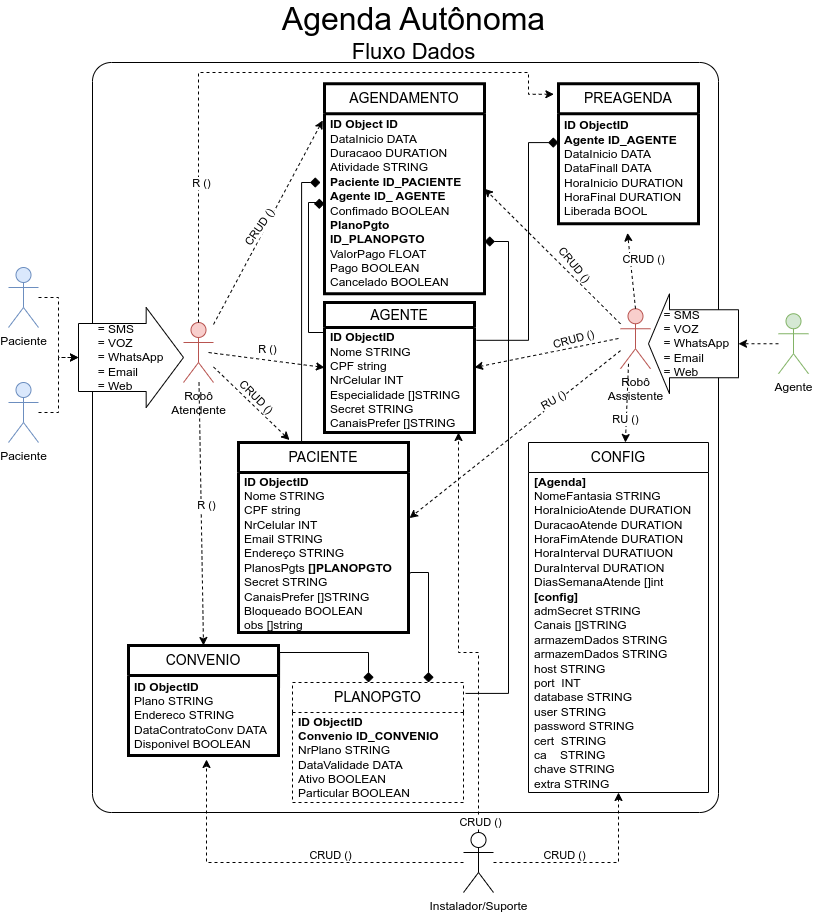
The draw.io diagram Agenda-Página-1.drawio.png in gunboe/Agenda, before a commit. Source tidied: cells renumbered, new cells last; positions are measured from the earlier drawing's top-left corner, leaving out a move shared by most shapes.
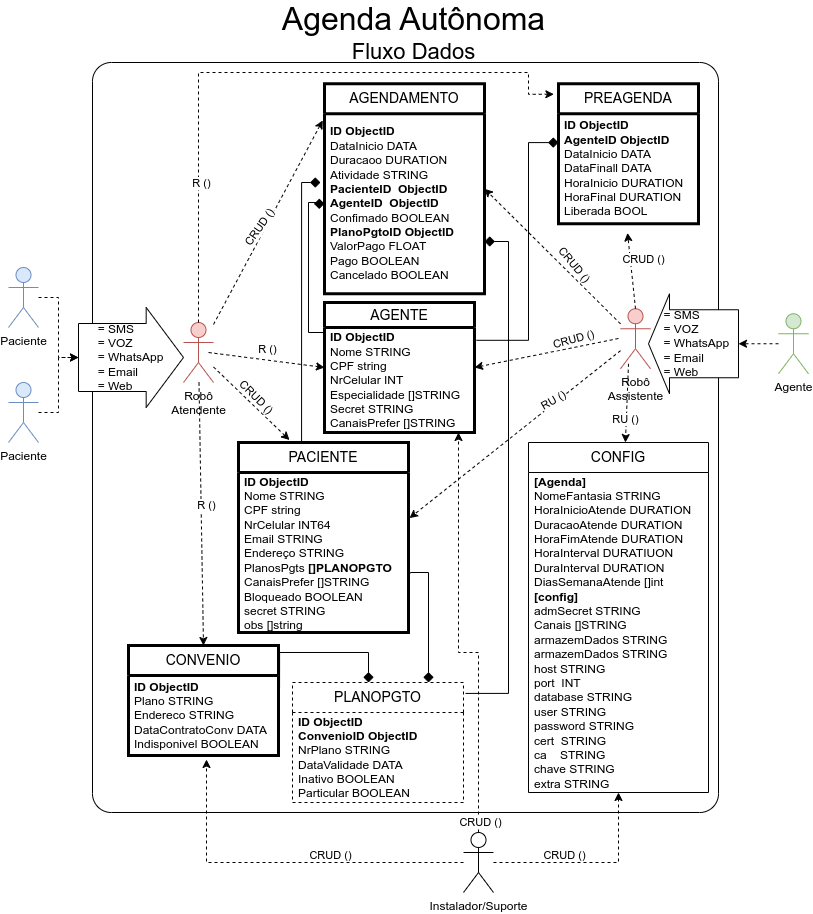
The same diagram one commit later.

The edit, as a diff of the source:
```diff
@@ -31,7 +31,7 @@
     <mxCell id="10" value="&lt;font style=&quot;font-size: 14px;&quot;&gt;PACIENTE&lt;/font&gt;" style="swimlane;fontStyle=0;horizontal=1;startSize=30;whiteSpace=wrap;html=1;strokeWidth=3;" parent="1" vertex="1">
       <mxGeometry x="230" y="440" width="170" height="190" as="geometry" />
     </mxCell>
-    <mxCell id="11" value="&lt;b style=&quot;border-color: var(--border-color);&quot;&gt;ID ObjectID&lt;br style=&quot;border-color: var(--border-color);&quot;&gt;&lt;/b&gt;Nome STRING&lt;br&gt;CPF string&lt;br&gt;NrCelular INT&lt;br&gt;Email STRING&lt;br&gt;Endereço STRING&lt;br&gt;PlanosPgts&amp;nbsp;&lt;b&gt;[]PLANOPGTO&lt;/b&gt;&lt;br&gt;Secret STRING&lt;br&gt;CanaisPrefer []STRING&lt;br&gt;Bloqueado BOOLEAN&lt;br&gt;obs []string" style="text;strokeColor=none;fillColor=none;align=left;verticalAlign=middle;spacingLeft=4;spacingRight=4;overflow=hidden;points=[[0,0.5],[1,0.5]];portConstraint=eastwest;whiteSpace=wrap;html=1;" parent="10" vertex="1">
+    <mxCell id="11" value="&lt;b style=&quot;border-color: var(--border-color);&quot;&gt;ID ObjectID&lt;br style=&quot;border-color: var(--border-color);&quot;&gt;&lt;/b&gt;Nome STRING&lt;br&gt;CPF string&lt;br&gt;NrCelular INT64&lt;br&gt;Email STRING&lt;br&gt;Endereço STRING&lt;br&gt;PlanosPgts&amp;nbsp;&lt;b&gt;[]PLANOPGTO&lt;/b&gt;&lt;br&gt;CanaisPrefer []STRING&lt;br&gt;Bloqueado BOOLEAN&lt;br&gt;secret STRING&lt;br&gt;obs []string" style="text;strokeColor=none;fillColor=none;align=left;verticalAlign=middle;spacingLeft=4;spacingRight=4;overflow=hidden;points=[[0,0.5],[1,0.5]];portConstraint=eastwest;whiteSpace=wrap;html=1;" parent="10" vertex="1">
       <mxGeometry y="30" width="170" height="160" as="geometry" />
     </mxCell>
     <mxCell id="12" style="endArrow=classic;html=1;rounded=0;entryX=0.3;entryY=-0.013;entryDx=0;entryDy=0;dashed=1;entryPerimeter=0;" parent="1" edge="1" source="17" target="10">
@@ -119,7 +119,7 @@
     <mxCell id="34" value="&lt;font style=&quot;font-size: 14px;&quot;&gt;PLANOPGTO&lt;/font&gt;" style="swimlane;fontStyle=0;horizontal=1;startSize=30;whiteSpace=wrap;html=1;dashed=1;" parent="1" vertex="1">
       <mxGeometry x="284" y="680" width="171" height="120" as="geometry" />
     </mxCell>
-    <mxCell id="35" value="&lt;b style=&quot;border-color: var(--border-color);&quot;&gt;ID ObjectID&lt;br style=&quot;border-color: var(--border-color);&quot;&gt;&lt;/b&gt;&lt;b&gt;Convenio ID_CONVENIO&lt;br&gt;&lt;/b&gt;NrPlano STRING&lt;br&gt;DataValidade DATA&lt;br&gt;Ativo BOOLEAN&lt;br&gt;Particular BOOLEAN" style="text;strokeColor=none;fillColor=none;align=left;verticalAlign=middle;spacingLeft=4;spacingRight=4;overflow=hidden;whiteSpace=wrap;html=1;" parent="34" vertex="1">
+    <mxCell id="35" value="&lt;b style=&quot;border-color: var(--border-color);&quot;&gt;ID ObjectID&lt;br style=&quot;border-color: var(--border-color);&quot;&gt;&lt;/b&gt;&lt;b&gt;ConvenioID&amp;nbsp;&lt;/b&gt;&lt;b style=&quot;border-color: var(--border-color);&quot;&gt;ObjectID&lt;/b&gt;&lt;b&gt;&lt;br&gt;&lt;/b&gt;NrPlano STRING&lt;br&gt;DataValidade DATA&lt;br&gt;Inativo BOOLEAN&lt;br&gt;Particular BOOLEAN" style="text;strokeColor=none;fillColor=none;align=left;verticalAlign=middle;spacingLeft=4;spacingRight=4;overflow=hidden;whiteSpace=wrap;html=1;" parent="34" vertex="1">
       <mxGeometry y="30" width="171" height="90" as="geometry" />
     </mxCell>
     <mxCell id="36" style="edgeStyle=orthogonalEdgeStyle;rounded=0;jettySize=auto;html=1;endArrow=none;endFill=0;endSize=8;startArrow=diamond;startFill=1;startSize=8;exitX=0;exitY=0.5;exitDx=0;exitDy=0;" parent="1" edge="1" source="60" target="19">
@@ -168,7 +168,7 @@
     <mxCell id="43" value="&lt;font style=&quot;font-size: 14px;&quot;&gt;PREAGENDA&lt;/font&gt;" style="swimlane;fontStyle=0;horizontal=1;startSize=30;whiteSpace=wrap;html=1;strokeWidth=3;" parent="1" vertex="1">
       <mxGeometry x="550" y="81.2" width="140" height="140" as="geometry" />
     </mxCell>
-    <mxCell id="44" value="&lt;b&gt;ID ObjectID&lt;br&gt;Agente ID_AGENTE&lt;br&gt;&lt;/b&gt;DataInicio DATA&lt;br&gt;DataFinall DATA&lt;br&gt;HoraInicio DURATION&lt;br&gt;HoraFinal DURATION&lt;br&gt;Liberada BOOL" style="text;strokeColor=none;fillColor=none;align=left;verticalAlign=middle;spacingLeft=4;spacingRight=4;overflow=hidden;points=[[0,0.5],[1,0.5]];portConstraint=eastwest;whiteSpace=wrap;html=1;" parent="43" vertex="1">
+    <mxCell id="44" value="&lt;b&gt;ID ObjectID&lt;br&gt;AgenteID&amp;nbsp;&lt;/b&gt;&lt;b style=&quot;border-color: var(--border-color);&quot;&gt;ObjectID&lt;/b&gt;&lt;b&gt;&lt;br&gt;&lt;/b&gt;DataInicio DATA&lt;br&gt;DataFinall DATA&lt;br&gt;HoraInicio DURATION&lt;br&gt;HoraFinal DURATION&lt;br&gt;Liberada BOOL" style="text;strokeColor=none;fillColor=none;align=left;verticalAlign=middle;spacingLeft=4;spacingRight=4;overflow=hidden;points=[[0,0.5],[1,0.5]];portConstraint=eastwest;whiteSpace=wrap;html=1;" parent="43" vertex="1">
       <mxGeometry y="30" width="140" height="110" as="geometry" />
     </mxCell>
     <mxCell id="45" style="endArrow=classic;html=1;rounded=0;entryX=0.493;entryY=1.083;entryDx=0;entryDy=0;dashed=1;entryPerimeter=0;exitX=0.5;exitY=0;exitDx=0;exitDy=0;exitPerimeter=0;" parent="1" edge="1" source="21" target="44">
@@ -214,7 +214,7 @@
     <mxCell id="53" value="&lt;font style=&quot;font-size: 14px;&quot;&gt;CONVENIO&lt;/font&gt;" style="swimlane;fontStyle=0;horizontal=1;startSize=30;whiteSpace=wrap;html=1;strokeWidth=3;" parent="1" vertex="1">
       <mxGeometry x="120" y="643" width="150" height="110" as="geometry" />
     </mxCell>
-    <mxCell id="54" value="&lt;b&gt;ID ObjectID&lt;br&gt;&lt;/b&gt;Plano STRING&lt;br&gt;Endereco STRING&lt;br&gt;DataContratoConv DATA&lt;br&gt;Disponivel BOOLEAN" style="text;strokeColor=none;fillColor=none;align=left;verticalAlign=middle;spacingLeft=4;spacingRight=4;overflow=hidden;points=[[0,0.5],[1,0.5]];portConstraint=eastwest;whiteSpace=wrap;html=1;" parent="53" vertex="1">
+    <mxCell id="54" value="&lt;b&gt;ID ObjectID&lt;br&gt;&lt;/b&gt;Plano STRING&lt;br&gt;Endereco STRING&lt;br&gt;DataContratoConv DATA&lt;br&gt;Indisponivel BOOLEAN" style="text;strokeColor=none;fillColor=none;align=left;verticalAlign=middle;spacingLeft=4;spacingRight=4;overflow=hidden;points=[[0,0.5],[1,0.5]];portConstraint=eastwest;whiteSpace=wrap;html=1;" parent="53" vertex="1">
       <mxGeometry y="30" width="150" height="80" as="geometry" />
     </mxCell>
     <mxCell id="55" style="edgeStyle=orthogonalEdgeStyle;rounded=0;jettySize=auto;html=1;exitX=1.006;exitY=0.633;exitDx=0;exitDy=0;exitPerimeter=0;endArrow=diamond;endFill=1;endSize=8;startArrow=none;startFill=0;startSize=8;" parent="1" edge="1" source="11" target="34">
@@ -252,7 +252,7 @@
     <mxCell id="59" value="&lt;font style=&quot;font-size: 14px;&quot;&gt;AGENDAMENTO&lt;/font&gt;" style="swimlane;fontStyle=0;horizontal=1;startSize=30;whiteSpace=wrap;html=1;strokeWidth=3;" parent="1" vertex="1">
       <mxGeometry x="316" y="81.2" width="160" height="210" as="geometry" />
     </mxCell>
-    <mxCell id="60" value="&lt;b&gt;ID Object ID&lt;/b&gt;&lt;br&gt;DataInicio DATA&lt;br style=&quot;border-color: var(--border-color); text-align: center;&quot;&gt;&lt;span style=&quot;text-align: center;&quot;&gt;Duracaoo DURATION&lt;/span&gt;&lt;br style=&quot;border-color: var(--border-color); text-align: center;&quot;&gt;&lt;span style=&quot;text-align: center;&quot;&gt;Atividade STRING&lt;/span&gt;&lt;br style=&quot;border-color: var(--border-color); text-align: center;&quot;&gt;&lt;b&gt;Paciente ID_PACIENTE&lt;/b&gt;&lt;br style=&quot;border-color: var(--border-color);&quot;&gt;&lt;span style=&quot;text-align: center;&quot;&gt;&lt;b&gt;Agente ID_ AGENTE&lt;/b&gt;&lt;/span&gt;&lt;br style=&quot;border-color: var(--border-color); text-align: center;&quot;&gt;&lt;span style=&quot;text-align: center;&quot;&gt;Confimado BOOLEAN&lt;/span&gt;&lt;span style=&quot;text-align: center;&quot;&gt;&lt;br&gt;&lt;b&gt;PlanoPgto ID_PLANOPGTO&lt;br&gt;&lt;/b&gt;ValorPago FLOAT&lt;br&gt;Pago BOOLEAN&lt;br&gt;Cancelado BOOLEAN&lt;br&gt;&lt;/span&gt;" style="text;strokeColor=none;fillColor=none;align=left;verticalAlign=middle;spacingLeft=4;spacingRight=4;overflow=hidden;points=[[0,0.5],[1,0.5]];portConstraint=eastwest;whiteSpace=wrap;html=1;" parent="59" vertex="1">
+    <mxCell id="60" value="&lt;b&gt;ID ObjectID&lt;/b&gt;&lt;br&gt;DataInicio DATA&lt;br style=&quot;border-color: var(--border-color); text-align: center;&quot;&gt;&lt;span style=&quot;text-align: center;&quot;&gt;Duracaoo DURATION&lt;/span&gt;&lt;br style=&quot;border-color: var(--border-color); text-align: center;&quot;&gt;&lt;span style=&quot;text-align: center;&quot;&gt;Atividade STRING&lt;/span&gt;&lt;br style=&quot;border-color: var(--border-color); text-align: center;&quot;&gt;&lt;b&gt;PacienteID&amp;nbsp;&amp;nbsp;&lt;/b&gt;&lt;b style=&quot;border-color: var(--border-color);&quot;&gt;ObjectID&lt;/b&gt;&lt;br style=&quot;border-color: var(--border-color);&quot;&gt;&lt;span style=&quot;text-align: center;&quot;&gt;&lt;b&gt;AgenteID&amp;nbsp;&amp;nbsp;&lt;/b&gt;&lt;/span&gt;&lt;b style=&quot;border-color: var(--border-color);&quot;&gt;ObjectID&lt;/b&gt;&lt;br style=&quot;border-color: var(--border-color); text-align: center;&quot;&gt;&lt;span style=&quot;text-align: center;&quot;&gt;Confimado BOOLEAN&lt;/span&gt;&lt;br&gt;&lt;b&gt;PlanoPgtoID&amp;nbsp;&lt;/b&gt;&lt;b style=&quot;border-color: var(--border-color);&quot;&gt;ObjectID&lt;/b&gt;&lt;span style=&quot;text-align: center;&quot;&gt;&lt;b&gt;&lt;br&gt;&lt;/b&gt;ValorPago FLOAT&lt;br&gt;Pago BOOLEAN&lt;br&gt;Cancelado BOOLEAN&lt;br&gt;&lt;/span&gt;" style="text;strokeColor=none;fillColor=none;align=left;verticalAlign=middle;spacingLeft=4;spacingRight=4;overflow=hidden;points=[[0,0.5],[1,0.5]];portConstraint=eastwest;whiteSpace=wrap;html=1;" parent="59" vertex="1">
       <mxGeometry y="30" width="160" height="180" as="geometry" />
     </mxCell>
   </root>
```
